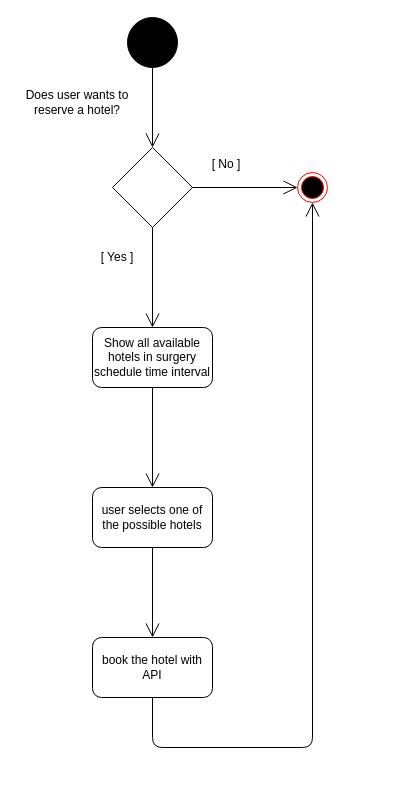
This is activity_diagram/booking_hotel_activity_diagram.drawio from NegarES/medical_tourism, a draw.io file, before an edit. Source tidied: cells renumbered, new cells numbered last; positions are measured from the earlier drawing's top-left corner, leaving out a move shared by most shapes. Both pictures are drawn from the tidied source at 100%, with x=0, y=0 at pixel (17, 17).
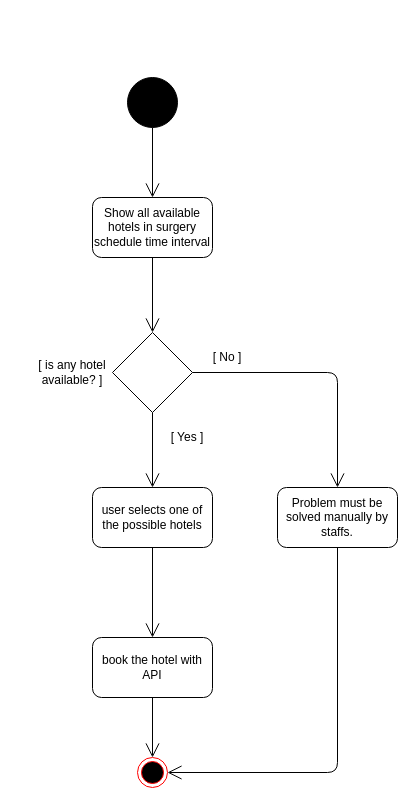
The same diagram, later.

Commit message (it also covers changes not shown here):
condition at the begining of diagram removed

Unchanged cells that the change refers to:
```xml
<mxCell id="13" value="user selects one of the possible hotels" style="rounded=1;whiteSpace=wrap;html=1;fillColor=#FFFFFF;" parent="1" vertex="1">
  <mxGeometry x="75" y="470" width="120" height="60" as="geometry" />
</mxCell>
<mxCell id="14" value="book the hotel with API" style="rounded=1;whiteSpace=wrap;html=1;fillColor=#FFFFFF;" parent="1" vertex="1">
  <mxGeometry x="75" y="620" width="120" height="60" as="geometry" />
</mxCell>
```

What changed in the source:
```diff
@@
     <mxCell id="2" style="ellipse;whiteSpace=wrap;html=1;fillColor=#000000;" parent="1" vertex="1">
-      <mxGeometry x="110" width="50" height="50" as="geometry" />
+      <mxGeometry x="110" y="60" width="50" height="50" as="geometry" />
     </mxCell>
-    <mxCell id="3" style="endArrow=open;endFill=1;endSize=12;html=1;exitX=0.5;exitY=1;exitDx=0;exitDy=0;entryX=0.5;entryY=0;entryDx=0;entryDy=0;" parent="1" edge="1" source="2" target="5">
-      <mxGeometry relative="1" as="geometry" />
-    </mxCell>
-    <mxCell id="4" value="Does user wants to reserve a hotel?" style="text;html=1;strokeColor=none;fillColor=none;align=center;verticalAlign=middle;whiteSpace=wrap;rounded=0;" parent="1" vertex="1">
-      <mxGeometry y="70" width="120" height="30" as="geometry" />
-    </mxCell>
-    <mxCell id="5" style="rhombus;whiteSpace=wrap;html=1;fillColor=#FFFFFF;" parent="1" vertex="1">
-      <mxGeometry x="95" y="130" width="80" height="80" as="geometry" />
-    </mxCell>
-    <mxCell id="6" style="endArrow=open;endFill=1;endSize=12;html=1;exitX=1;exitY=0.5;exitDx=0;exitDy=0;entryX=0;entryY=0.5;entryDx=0;entryDy=0;" parent="1" edge="1" source="5" target="7">
-      <mxGeometry relative="1" as="geometry" />
-    </mxCell>
     <mxCell id="7" style="ellipse;html=1;shape=endState;fillColor=#000000;strokeColor=#ff0000;" parent="1" vertex="1">
-      <mxGeometry x="280" y="155" width="30" height="30" as="geometry" />
+      <mxGeometry x="120" y="740" width="30" height="30" as="geometry" />
     </mxCell>
-    <mxCell id="8" value="[ No ]" style="text;html=1;strokeColor=none;fillColor=none;align=center;verticalAlign=middle;whiteSpace=wrap;rounded=0;" parent="1" vertex="1">
-      <mxGeometry x="189" y="137" width="40" height="20" as="geometry" />
-    </mxCell>
-    <mxCell id="9" style="endArrow=open;endFill=1;endSize=12;html=1;exitX=0.5;exitY=1;exitDx=0;exitDy=0;" parent="1" edge="1" source="5" target="10">
+    <mxCell id="9" style="endArrow=open;endFill=1;endSize=12;html=1;exitX=0.5;exitY=1;exitDx=0;exitDy=0;" parent="1" edge="1" source="2" target="10">
       <mxGeometry relative="1" as="geometry" />
     </mxCell>
     <mxCell id="10" value="Show all available hotels in surgery schedule time interval" style="rounded=1;whiteSpace=wrap;html=1;fillColor=#FFFFFF;" parent="1" vertex="1">
-      <mxGeometry x="75" y="310" width="120" height="60" as="geometry" />
+      <mxGeometry x="75" y="180" width="120" height="60" as="geometry" />
     </mxCell>
-    <mxCell id="11" value="[ Yes ]" style="text;html=1;strokeColor=none;fillColor=none;align=center;verticalAlign=middle;whiteSpace=wrap;rounded=0;" parent="1" vertex="1">
-      <mxGeometry x="80" y="230" width="40" height="20" as="geometry" />
-    </mxCell>
-    <mxCell id="12" style="endArrow=open;endFill=1;endSize=12;html=1;exitX=0.5;exitY=1;exitDx=0;exitDy=0;entryX=0.5;entryY=0;entryDx=0;entryDy=0;" parent="1" edge="1" source="10" target="13">
-      <mxGeometry relative="1" as="geometry" />
-    </mxCell>
@@
-    <mxCell id="16" style="endArrow=open;endFill=1;endSize=12;html=1;exitX=0.5;exitY=1;exitDx=0;exitDy=0;entryX=0.5;entryY=1;entryDx=0;entryDy=0;" parent="1" edge="1" source="14" target="7">
-      <mxGeometry relative="1" as="geometry">
-        <Array as="points">
-          <mxPoint x="135" y="730" />
-          <mxPoint x="295" y="730" />
-        </Array>
-      </mxGeometry>
+    <mxCell id="16" style="endArrow=open;endFill=1;endSize=12;html=1;exitX=0.5;exitY=1;exitDx=0;exitDy=0;entryX=0.5;entryY=0;entryDx=0;entryDy=0;" parent="1" edge="1" source="14" target="7">
+      <mxGeometry relative="1" as="geometry" />
     </mxCell>
+    <mxCell id="17" style="rhombus;whiteSpace=wrap;html=1;" parent="1" vertex="1">
+      <mxGeometry x="95" y="315" width="80" height="80" as="geometry" />
+    </mxCell>
+    <mxCell id="18" style="endArrow=open;endFill=1;endSize=12;html=1;exitX=0.5;exitY=1;exitDx=0;exitDy=0;entryX=0.5;entryY=0;entryDx=0;entryDy=0;" parent="1" edge="1" source="10" target="17">
+      <mxGeometry relative="1" as="geometry" />
+    </mxCell>
+    <mxCell id="19" value="[ is any hotel available? ]" style="text;html=1;strokeColor=none;fillColor=none;align=center;verticalAlign=middle;whiteSpace=wrap;rounded=0;" parent="1" vertex="1">
+      <mxGeometry y="352.5" width="110" height="5" as="geometry" />
+    </mxCell>
+    <mxCell id="20" style="endArrow=open;endFill=1;endSize=12;html=1;exitX=0.5;exitY=1;exitDx=0;exitDy=0;entryX=0.5;entryY=0;entryDx=0;entryDy=0;" parent="1" edge="1" source="17" target="13">
+      <mxGeometry relative="1" as="geometry" />
+    </mxCell>
+    <mxCell id="11" value="[ Yes ]" style="text;html=1;strokeColor=none;fillColor=none;align=center;verticalAlign=middle;whiteSpace=wrap;rounded=0;" parent="1" vertex="1">
+      <mxGeometry x="150" y="410" width="40" height="20" as="geometry" />
+    </mxCell>
+    <mxCell id="21" style="endArrow=open;endFill=1;endSize=12;html=1;exitX=1;exitY=0.5;exitDx=0;exitDy=0;entryX=0.5;entryY=0;entryDx=0;entryDy=0;" parent="1" edge="1" source="17" target="22">
+      <mxGeometry relative="1" as="geometry">
+        <Array as="points">
+          <mxPoint x="320" y="355" />
+        </Array>
+      </mxGeometry>
+    </mxCell>
+    <mxCell id="22" value="Problem must be solved manually by staffs." style="rounded=1;whiteSpace=wrap;html=1;" parent="1" vertex="1">
+      <mxGeometry x="260" y="470" width="120" height="60" as="geometry" />
+    </mxCell>
+    <mxCell id="8" value="[ No ]" style="text;html=1;strokeColor=none;fillColor=none;align=center;verticalAlign=middle;whiteSpace=wrap;rounded=0;" parent="1" vertex="1">
+      <mxGeometry x="190" y="330" width="40" height="20" as="geometry" />
+    </mxCell>
+    <mxCell id="23" style="endArrow=open;endFill=1;endSize=12;html=1;exitX=0.5;exitY=1;exitDx=0;exitDy=0;entryX=1;entryY=0.5;entryDx=0;entryDy=0;" parent="1" edge="1" source="22" target="7">
+      <mxGeometry relative="1" as="geometry">
+        <Array as="points">
+          <mxPoint x="320" y="755" />
+        </Array>
+      </mxGeometry>
+    </mxCell>
```
